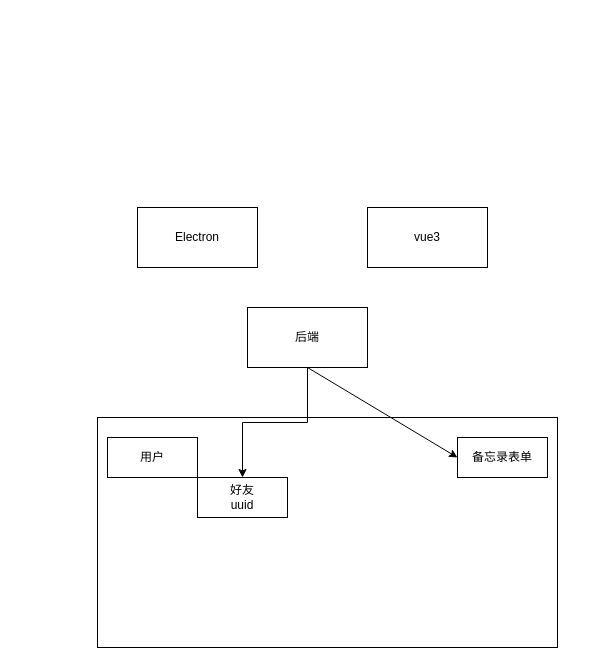
Above: 泰森.drawio in 2022-Interview/draw.io (draw.io), before the change. Source tidied: cells renumbered, new cells numbered last; positions are measured from the earlier drawing's top-left corner, leaving out a move shared by most shapes. Both pictures are drawn from the tidied source at 100%, with x=0, y=0 at pixel (97, 207).
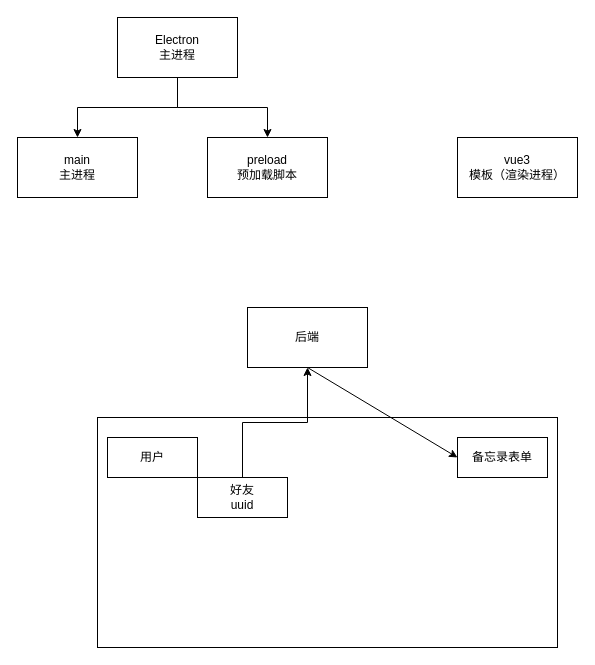
Above is the later version.

Diff of the diagram source:
```diff
@@
 <mxGraphModel>
   <root>
     <mxCell id="0" />
     <mxCell id="1" parent="0" />
     <mxCell id="2" style="rounded=0;whiteSpace=wrap;html=1;" parent="1" vertex="1">
       <mxGeometry y="210" width="460" height="230" as="geometry" />
     </mxCell>
     <mxCell id="3" value="用户" style="rounded=0;whiteSpace=wrap;html=1;" parent="1" vertex="1">
       <mxGeometry x="10" y="230" width="90" height="40" as="geometry" />
     </mxCell>
     <mxCell id="4" value="好友&lt;div&gt;uuid&lt;/div&gt;" style="rounded=0;whiteSpace=wrap;html=1;" parent="1" vertex="1">
       <mxGeometry x="100" y="270" width="90" height="40" as="geometry" />
     </mxCell>
     <mxCell id="5" value="备忘录表单" style="rounded=0;whiteSpace=wrap;html=1;" parent="1" vertex="1">
       <mxGeometry x="360" y="230" width="90" height="40" as="geometry" />
     </mxCell>
+    <mxCell id="11" style="edgeStyle=orthogonalEdgeStyle;rounded=0;jettySize=auto;html=1;" parent="1" edge="1" source="6" target="13">
+      <mxGeometry relative="1" as="geometry" />
+    </mxCell>
+    <mxCell id="12" style="edgeStyle=orthogonalEdgeStyle;rounded=0;jettySize=auto;html=1;" parent="1" edge="1" source="6" target="14">
+      <mxGeometry relative="1" as="geometry" />
+    </mxCell>
-    <mxCell id="6" value="Electron" style="rounded=0;whiteSpace=wrap;html=1;" parent="1" vertex="1">
-      <mxGeometry x="40" width="120" height="60" as="geometry" />
+    <mxCell id="6" value="Electron&lt;div&gt;主进程&lt;/div&gt;" style="rounded=0;whiteSpace=wrap;html=1;" parent="1" vertex="1">
+      <mxGeometry x="20" y="-190" width="120" height="60" as="geometry" />
     </mxCell>
-    <mxCell id="7" value="vue3" style="rounded=0;whiteSpace=wrap;html=1;" parent="1" vertex="1">
-      <mxGeometry x="270" width="120" height="60" as="geometry" />
+    <mxCell id="7" value="vue3&lt;div&gt;模板（渲染进程）&lt;/div&gt;" style="rounded=0;whiteSpace=wrap;html=1;" parent="1" vertex="1">
+      <mxGeometry x="360" y="-70" width="120" height="60" as="geometry" />
     </mxCell>
-    <mxCell id="8" style="edgeStyle=orthogonalEdgeStyle;rounded=0;jettySize=auto;html=1;" parent="1" edge="1" source="9" target="4">
+    <mxCell id="8" style="edgeStyle=orthogonalEdgeStyle;rounded=0;jettySize=auto;html=1;" parent="1" edge="1" source="4" target="9">
       <mxGeometry relative="1" as="geometry" />
     </mxCell>
     <mxCell id="9" value="后端" style="rounded=0;whiteSpace=wrap;html=1;" parent="1" vertex="1">
       <mxGeometry x="150" y="100" width="120" height="60" as="geometry" />
     </mxCell>
     <mxCell id="10" style="endArrow=classic;html=1;rounded=0;entryX=0;entryY=0.5;entryDx=0;entryDy=0;exitX=0.5;exitY=1;exitDx=0;exitDy=0;" parent="1" edge="1" source="9" target="5">
       <mxGeometry relative="1" as="geometry" />
     </mxCell>
+    <mxCell id="13" value="main&lt;br&gt;&lt;div&gt;主进程&lt;/div&gt;" style="rounded=0;whiteSpace=wrap;html=1;" parent="1" vertex="1">
+      <mxGeometry x="-80" y="-70" width="120" height="60" as="geometry" />
+    </mxCell>
+    <mxCell id="14" value="preload&lt;div&gt;预加载脚本&lt;/div&gt;" style="rounded=0;whiteSpace=wrap;html=1;" parent="1" vertex="1">
+      <mxGeometry x="110" y="-70" width="120" height="60" as="geometry" />
+    </mxCell>
   </root>
 </mxGraphModel>
```
